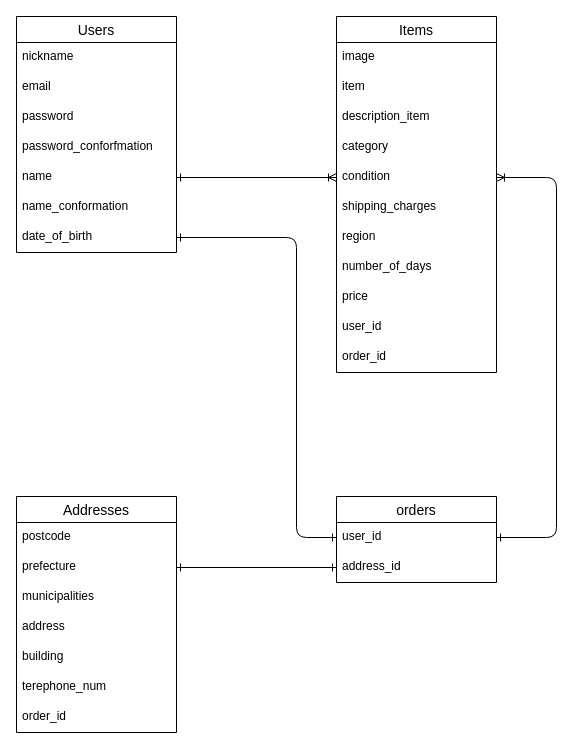
The draw.io diagram test.dio in daikimatsuoka/furima-39264, before the edit. Source tidied: cells renumbered, new cells numbered last; positions are measured from the earlier drawing's top-left corner, leaving out a move shared by most shapes. Both pictures are drawn from the tidied source at 100%, with x=0, y=0 at pixel (16, 16).
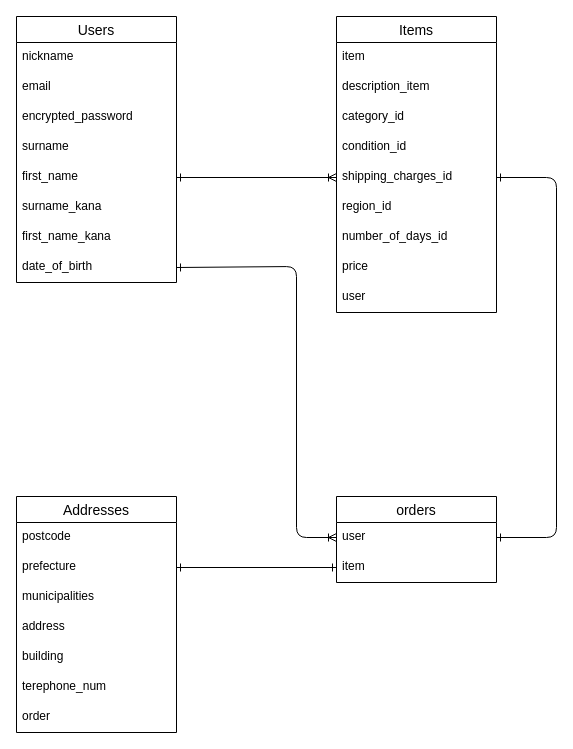
The same diagram, later.

Commit message (it also covers changes not shown here):
データベース設計　修正2

該当箇所を修正

Unchanged cells that the change refers to:
```xml
<mxCell id="22" value="Addresses" style="swimlane;fontStyle=0;horizontal=1;startSize=26;align=center;fontSize=14;" parent="1" vertex="1">
  <mxGeometry y="480" width="160" height="236" as="geometry" />
</mxCell>
<mxCell id="31" value="orders" style="swimlane;fontStyle=0;horizontal=1;startSize=26;align=center;fontSize=14;" parent="1" vertex="1">
  <mxGeometry x="320" y="480" width="160" height="86" as="geometry" />
</mxCell>
```

Change to the diagram source:
```diff
@@
     <mxCell id="2" value="Users" style="swimlane;fontStyle=0;horizontal=1;startSize=26;align=center;fontSize=14;" parent="1" vertex="1">
-      <mxGeometry width="160" height="236" as="geometry" />
+      <mxGeometry width="160" height="266" as="geometry" />
     </mxCell>
@@
-    <mxCell id="5" value="password" style="text;strokeColor=none;fillColor=none;spacingLeft=4;spacingRight=4;overflow=hidden;fontSize=12;" parent="2" vertex="1">
+    <mxCell id="5" value="encrypted_password" style="text;strokeColor=none;fillColor=none;spacingLeft=4;spacingRight=4;overflow=hidden;fontSize=12;" parent="2" vertex="1">
       <mxGeometry y="86" width="160" height="30" as="geometry" />
     </mxCell>
-    <mxCell id="6" value="password_conforfmation" style="text;strokeColor=none;fillColor=none;spacingLeft=4;spacingRight=4;overflow=hidden;fontSize=12;" parent="2" vertex="1">
+    <mxCell id="6" value="surname" style="text;strokeColor=none;fillColor=none;spacingLeft=4;spacingRight=4;overflow=hidden;fontSize=12;" parent="2" vertex="1">
       <mxGeometry y="116" width="160" height="30" as="geometry" />
     </mxCell>
-    <mxCell id="7" value="name" style="text;strokeColor=none;fillColor=none;spacingLeft=4;spacingRight=4;overflow=hidden;points=[[0,0.5],[1,0.5]];portConstraint=eastwest;fontSize=12;" parent="2" vertex="1">
+    <mxCell id="7" value="first_name" style="text;strokeColor=none;fillColor=none;spacingLeft=4;spacingRight=4;overflow=hidden;points=[[0,0.5],[1,0.5]];portConstraint=eastwest;fontSize=12;" parent="2" vertex="1">
       <mxGeometry y="146" width="160" height="30" as="geometry" />
     </mxCell>
-    <mxCell id="8" value="name_conformation" style="text;strokeColor=none;fillColor=none;spacingLeft=4;spacingRight=4;overflow=hidden;fontSize=12;" parent="2" vertex="1">
+    <mxCell id="8" value="surname_kana" style="text;strokeColor=none;fillColor=none;spacingLeft=4;spacingRight=4;overflow=hidden;fontSize=12;" parent="2" vertex="1">
       <mxGeometry y="176" width="160" height="30" as="geometry" />
     </mxCell>
+    <mxCell id="37" value="first_name_kana" style="text;strokeColor=none;fillColor=none;spacingLeft=4;spacingRight=4;overflow=hidden;fontSize=12;" parent="2" vertex="1">
+      <mxGeometry y="206" width="160" height="30" as="geometry" />
+    </mxCell>
     <mxCell id="9" value="date_of_birth" style="text;strokeColor=none;fillColor=none;spacingLeft=4;spacingRight=4;overflow=hidden;points=[[0,0.5],[1,0.5]];portConstraint=eastwest;fontSize=12;" parent="2" vertex="1">
-      <mxGeometry y="206" width="160" height="30" as="geometry" />
+      <mxGeometry y="236" width="160" height="30" as="geometry" />
     </mxCell>
     <mxCell id="10" value="Items" style="swimlane;fontStyle=0;horizontal=1;startSize=26;align=center;fontSize=14;" parent="1" vertex="1">
-      <mxGeometry x="320" width="160" height="356" as="geometry" />
+      <mxGeometry x="320" width="160" height="296" as="geometry" />
     </mxCell>
-    <mxCell id="11" value="image" style="text;strokeColor=none;fillColor=none;spacingLeft=4;spacingRight=4;overflow=hidden;fontSize=12;" parent="10" vertex="1">
-      <mxGeometry y="26" width="160" height="30" as="geometry" />
-    </mxCell>
     <mxCell id="12" value="item" style="text;strokeColor=none;fillColor=none;spacingLeft=4;spacingRight=4;overflow=hidden;fontSize=12;" parent="10" vertex="1">
-      <mxGeometry y="56" width="160" height="30" as="geometry" />
+      <mxGeometry y="26" width="160" height="30" as="geometry" />
     </mxCell>
     <mxCell id="13" value="description_item" style="text;strokeColor=none;fillColor=none;spacingLeft=4;spacingRight=4;overflow=hidden;fontSize=12;" parent="10" vertex="1">
-      <mxGeometry y="86" width="160" height="30" as="geometry" />
+      <mxGeometry y="56" width="160" height="30" as="geometry" />
     </mxCell>
-    <mxCell id="14" value="category" style="text;strokeColor=none;fillColor=none;spacingLeft=4;spacingRight=4;overflow=hidden;fontSize=12;" parent="10" vertex="1">
-      <mxGeometry y="116" width="160" height="30" as="geometry" />
+    <mxCell id="14" value="category_id" style="text;strokeColor=none;fillColor=none;spacingLeft=4;spacingRight=4;overflow=hidden;fontSize=12;" parent="10" vertex="1">
+      <mxGeometry y="86" width="160" height="30" as="geometry" />
     </mxCell>
-    <mxCell id="15" value="condition" style="text;strokeColor=none;fillColor=none;spacingLeft=4;spacingRight=4;overflow=hidden;points=[[0,0.5],[1,0.5]];portConstraint=eastwest;fontSize=12;" parent="10" vertex="1">
-      <mxGeometry y="146" width="160" height="30" as="geometry" />
+    <mxCell id="15" value="condition_id" style="text;strokeColor=none;fillColor=none;spacingLeft=4;spacingRight=4;overflow=hidden;points=[[0,0.5],[1,0.5]];portConstraint=eastwest;fontSize=12;" parent="10" vertex="1">
+      <mxGeometry y="116" width="160" height="30" as="geometry" />
     </mxCell>
-    <mxCell id="16" value="shipping_charges" style="text;strokeColor=none;fillColor=none;spacingLeft=4;spacingRight=4;overflow=hidden;fontSize=12;" parent="10" vertex="1">
-      <mxGeometry y="176" width="160" height="30" as="geometry" />
-    </mxCell>
+    <mxCell id="38" value="shipping_charges_id" style="text;strokeColor=none;fillColor=none;spacingLeft=4;spacingRight=4;overflow=hidden;points=[[0,0.5],[1,0.5]];portConstraint=eastwest;fontSize=12;" parent="10" vertex="1">
+      <mxGeometry y="146" width="160" height="30" as="geometry" />
+    </mxCell>
-    <mxCell id="17" value="region" style="text;strokeColor=none;fillColor=none;spacingLeft=4;spacingRight=4;overflow=hidden;fontSize=12;" parent="10" vertex="1">
-      <mxGeometry y="206" width="160" height="30" as="geometry" />
+    <mxCell id="17" value="region_id" style="text;strokeColor=none;fillColor=none;spacingLeft=4;spacingRight=4;overflow=hidden;fontSize=12;" parent="10" vertex="1">
+      <mxGeometry y="176" width="160" height="30" as="geometry" />
     </mxCell>
-    <mxCell id="18" value="number_of_days" style="text;strokeColor=none;fillColor=none;spacingLeft=4;spacingRight=4;overflow=hidden;fontSize=12;" parent="10" vertex="1">
-      <mxGeometry y="236" width="160" height="30" as="geometry" />
+    <mxCell id="18" value="number_of_days_id" style="text;strokeColor=none;fillColor=none;spacingLeft=4;spacingRight=4;overflow=hidden;fontSize=12;" parent="10" vertex="1">
+      <mxGeometry y="206" width="160" height="30" as="geometry" />
     </mxCell>
     <mxCell id="19" value="price" style="text;strokeColor=none;fillColor=none;spacingLeft=4;spacingRight=4;overflow=hidden;fontSize=12;" parent="10" vertex="1">
-      <mxGeometry y="266" width="160" height="30" as="geometry" />
+      <mxGeometry y="236" width="160" height="30" as="geometry" />
     </mxCell>
-    <mxCell id="20" value="user_id" style="text;strokeColor=none;fillColor=none;spacingLeft=4;spacingRight=4;overflow=hidden;fontSize=12;" parent="10" vertex="1">
-      <mxGeometry y="296" width="160" height="30" as="geometry" />
+    <mxCell id="20" value="user" style="text;strokeColor=none;fillColor=none;spacingLeft=4;spacingRight=4;overflow=hidden;fontSize=12;" parent="10" vertex="1">
+      <mxGeometry y="266" width="160" height="30" as="geometry" />
     </mxCell>
-    <mxCell id="21" value="order_id" style="text;strokeColor=none;fillColor=none;spacingLeft=4;spacingRight=4;overflow=hidden;fontSize=12;" parent="10" vertex="1">
-      <mxGeometry y="326" width="160" height="30" as="geometry" />
-    </mxCell>
@@
-    <mxCell id="29" value="order_id" style="text;strokeColor=none;fillColor=none;spacingLeft=4;spacingRight=4;overflow=hidden;fontSize=12;" parent="22" vertex="1">
-      <mxGeometry y="206" width="160" height="30" as="geometry" />
-    </mxCell>
+    <mxCell id="39" value="order" style="text;strokeColor=none;fillColor=none;spacingLeft=4;spacingRight=4;overflow=hidden;fontSize=12;" parent="22" vertex="1">
+      <mxGeometry y="206" width="160" height="30" as="geometry" />
+    </mxCell>
-    <mxCell id="30" style="edgeStyle=none;html=1;exitX=0;exitY=0.5;exitDx=0;exitDy=0;startArrow=ERoneToMany;startFill=0;endArrow=ERone;endFill=0;" parent="1" edge="1" source="15" target="7">
+    <mxCell id="30" style="edgeStyle=none;html=1;exitX=0;exitY=0.5;exitDx=0;exitDy=0;startArrow=ERoneToMany;startFill=0;endArrow=ERone;endFill=0;" parent="1" edge="1" source="38" target="7">
       <mxGeometry relative="1" as="geometry" />
     </mxCell>
@@
-    <mxCell id="32" value="user_id" style="text;strokeColor=none;fillColor=none;spacingLeft=4;spacingRight=4;overflow=hidden;points=[[0,0.5],[1,0.5]];portConstraint=eastwest;fontSize=12;" parent="31" vertex="1">
+    <mxCell id="32" value="user" style="text;strokeColor=none;fillColor=none;spacingLeft=4;spacingRight=4;overflow=hidden;points=[[0,0.5],[1,0.5]];portConstraint=eastwest;fontSize=12;" parent="31" vertex="1">
       <mxGeometry y="26" width="160" height="30" as="geometry" />
     </mxCell>
-    <mxCell id="33" value="address_id" style="text;strokeColor=none;fillColor=none;spacingLeft=4;spacingRight=4;overflow=hidden;points=[[0,0.5],[1,0.5]];portConstraint=eastwest;fontSize=12;" parent="31" vertex="1">
+    <mxCell id="33" value="item" style="text;strokeColor=none;fillColor=none;spacingLeft=4;spacingRight=4;overflow=hidden;points=[[0,0.5],[1,0.5]];portConstraint=eastwest;fontSize=12;" parent="31" vertex="1">
       <mxGeometry y="56" width="160" height="30" as="geometry" />
     </mxCell>
-    <mxCell id="34" style="edgeStyle=orthogonalEdgeStyle;html=1;exitX=0;exitY=0.5;exitDx=0;exitDy=0;entryX=1;entryY=0.5;entryDx=0;entryDy=0;startArrow=ERone;startFill=0;endArrow=ERone;endFill=0;" parent="1" edge="1" source="32" target="9">
+    <mxCell id="34" style="edgeStyle=orthogonalEdgeStyle;html=1;exitX=0;exitY=0.5;exitDx=0;exitDy=0;entryX=1;entryY=0.5;entryDx=0;entryDy=0;startArrow=ERoneToMany;startFill=0;endArrow=ERone;endFill=0;" parent="1" edge="1" source="32" target="9">
       <mxGeometry relative="1" as="geometry">
         <Array as="points">
           <mxPoint x="280" y="521" />
-          <mxPoint x="280" y="221" />
+          <mxPoint x="280" y="250" />
         </Array>
       </mxGeometry>
     </mxCell>
-    <mxCell id="35" style="edgeStyle=orthogonalEdgeStyle;html=1;exitX=1;exitY=0.5;exitDx=0;exitDy=0;entryX=1;entryY=0.5;entryDx=0;entryDy=0;startArrow=ERone;startFill=0;endArrow=ERoneToMany;endFill=0;" parent="1" edge="1" source="32" target="15">
+    <mxCell id="35" style="edgeStyle=orthogonalEdgeStyle;html=1;exitX=1;exitY=0.5;exitDx=0;exitDy=0;entryX=1;entryY=0.5;entryDx=0;entryDy=0;startArrow=ERone;startFill=0;endArrow=ERone;endFill=0;" parent="1" edge="1" source="32" target="38">
       <mxGeometry relative="1" as="geometry">
         <Array as="points">
           <mxPoint x="540" y="521" />
           <mxPoint x="540" y="161" />
         </Array>
       </mxGeometry>
     </mxCell>
```
